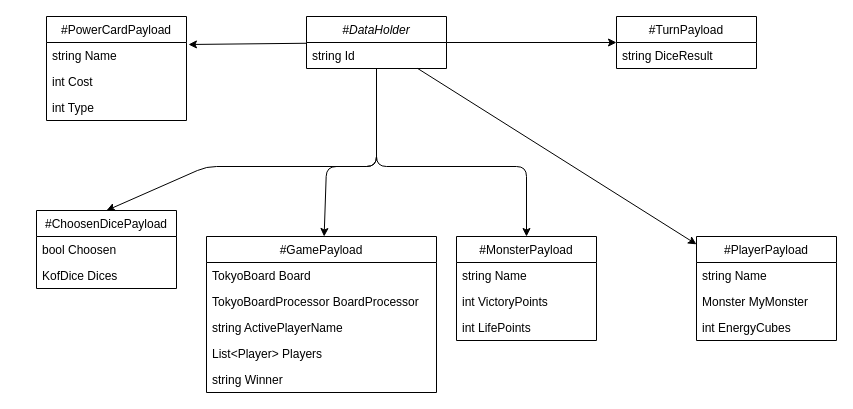
This is KOF/Game/ModelsPayload.dio from fjprog102/latamat02, a draw.io file, before an edit. Source tidied: cells renumbered, new cells numbered last; positions are measured from the earlier drawing's top-left corner, leaving out a move shared by most shapes. Both pictures are drawn from the tidied source at 100%, with x=0, y=0 at pixel (36, 16).
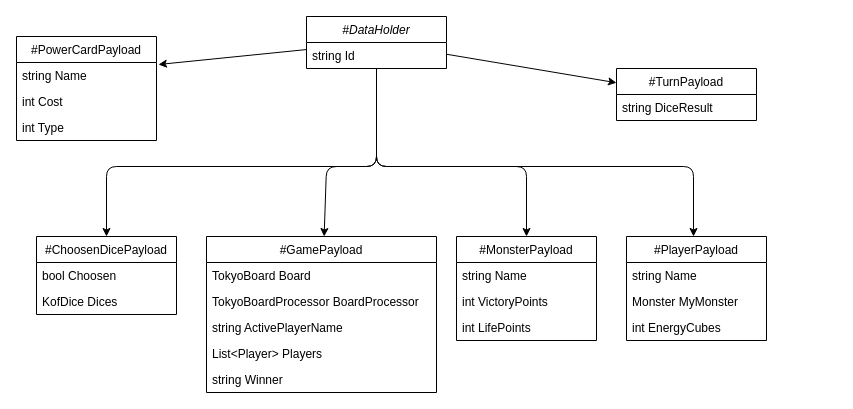
Above is the later version.

Commit message (it also covers changes not shown here):
Changed style for class diagrams

The change refers to these unchanged cells:
```xml
<mxCell id="8" value="#DataHolder" style="swimlane;fontStyle=2;horizontal=1;startSize=26;fillColor=none;" parent="1" vertex="1">
  <mxGeometry x="270" width="140" height="52" as="geometry" />
</mxCell>
```

Change to the diagram source:
```diff
@@
     <mxCell id="2" style="edgeStyle=none;html=1;entryX=0.5;entryY=0;entryDx=0;entryDy=0;" parent="1" edge="1" source="8" target="10">
       <mxGeometry relative="1" as="geometry">
         <Array as="points">
           <mxPoint x="340" y="150" />
-          <mxPoint x="170" y="150" />
+          <mxPoint x="70" y="150" />
         </Array>
       </mxGeometry>
     </mxCell>
@@
-    <mxCell id="5" style="edgeStyle=none;html=1;" parent="1" edge="1" source="8" target="23">
-      <mxGeometry relative="1" as="geometry" />
+    <mxCell id="5" style="edgeStyle=none;html=1;" parent="1" edge="1">
+      <mxGeometry relative="1" as="geometry">
+        <mxPoint x="340" y="53" as="sourcePoint" />
+        <mxPoint x="657" y="220" as="targetPoint" />
+        <Array as="points">
+          <mxPoint x="340" y="150" />
+          <mxPoint x="657" y="150" />
+        </Array>
+      </mxGeometry>
     </mxCell>
@@
     <mxCell id="10" value="#ChoosenDicePayload" style="swimlane;fontStyle=0;horizontal=1;startSize=26;fillColor=none;" parent="1" vertex="1">
-      <mxGeometry y="194" width="140" height="78" as="geometry" />
+      <mxGeometry y="220" width="140" height="78" as="geometry" />
     </mxCell>
@@
     <mxCell id="23" value="#PlayerPayload" style="swimlane;fontStyle=0;horizontal=1;startSize=26;fillColor=none;" parent="1" vertex="1">
-      <mxGeometry x="660" y="220" width="140" height="104" as="geometry" />
+      <mxGeometry x="590" y="220" width="140" height="104" as="geometry" />
     </mxCell>
@@
     <mxCell id="27" value="#PowerCardPayload" style="swimlane;fontStyle=0;horizontal=1;startSize=26;fillColor=none;" parent="1" vertex="1">
-      <mxGeometry x="10" width="140" height="104" as="geometry" />
+      <mxGeometry x="-20" y="20" width="140" height="104" as="geometry" />
     </mxCell>
@@
     <mxCell id="31" value="#TurnPayload" style="swimlane;fontStyle=0;horizontal=1;startSize=26;fillColor=none;" parent="1" vertex="1">
-      <mxGeometry x="580" width="140" height="52" as="geometry" />
+      <mxGeometry x="580" y="52" width="140" height="52" as="geometry" />
     </mxCell>
```
